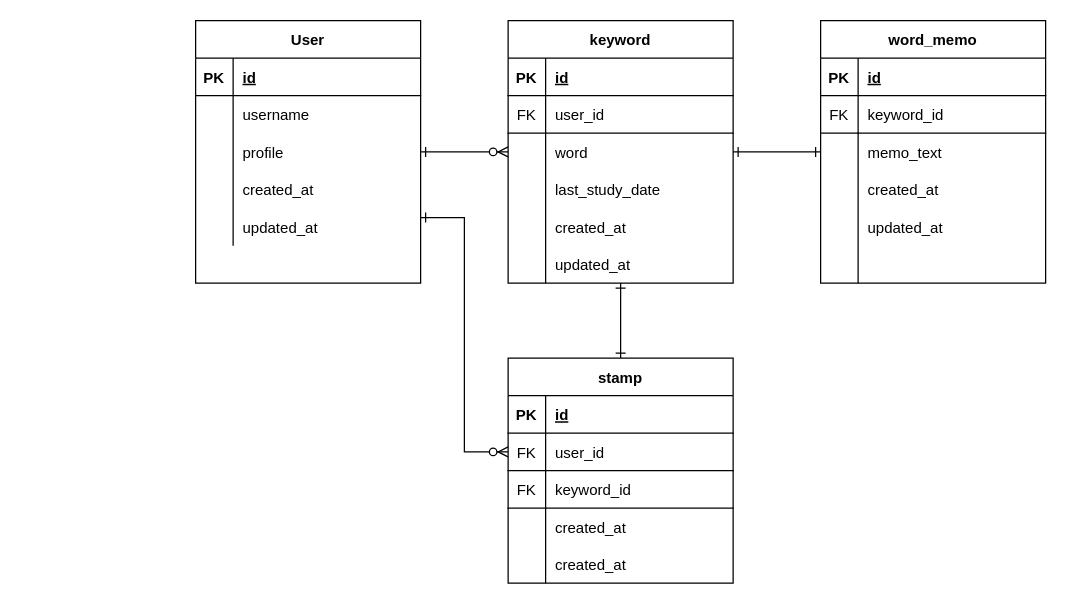
The draw.io diagram page "withAuth" (1 of 2) of Untitled Diagram.drawio in RiSEblackbird/language-memo, before the edit. Source tidied: cells renumbered, new cells numbered last; positions are measured from the earlier drawing's top-left corner, leaving out a move shared by most shapes. Both pictures are drawn from the tidied source at 125%, with x=0, y=0 at pixel (195, 20).
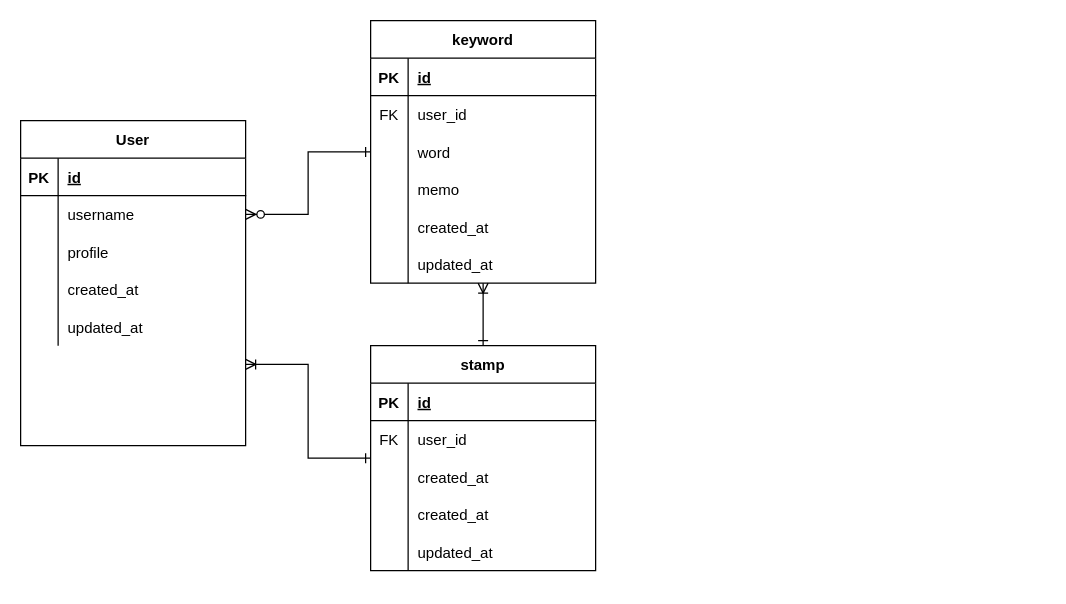
After the change.

Unchanged cells that the change refers to:
```xml
<mxCell id="10" style="shape=partialRectangle;fillColor=none;top=0;left=0;bottom=0;right=0;points=[[0,0.5],[1,0.5]];portConstraint=eastwest;" parent="6" vertex="1">
  <mxGeometry y="60" width="180" height="30" as="geometry" />
</mxCell>
<mxCell id="13" style="shape=partialRectangle;fillColor=none;top=0;left=0;bottom=0;right=0;points=[[0,0.5],[1,0.5]];portConstraint=eastwest;" parent="6" vertex="1">
  <mxGeometry y="90" width="180" height="30" as="geometry" />
</mxCell>
<mxCell id="64" style="shape=partialRectangle;fillColor=none;top=0;left=0;bottom=0;right=0;points=[[0,0.5],[1,0.5]];portConstraint=eastwest;" parent="60" vertex="1">
  <mxGeometry y="60" width="180" height="30" as="geometry" />
</mxCell>
<mxCell id="73" style="shape=partialRectangle;fillColor=none;top=0;left=0;bottom=0;right=0;" parent="60" vertex="1">
  <mxGeometry y="150" width="180" height="30" as="geometry" />
</mxCell>
```

Diff of the diagram source:
```diff
@@
-    <mxCell id="2" style="edgeStyle=orthogonalEdgeStyle;rounded=0;jettySize=auto;html=1;startArrow=ERone;startFill=0;endArrow=ERzeroToMany;endFill=1;entryX=0;entryY=0.5;entryDx=0;entryDy=0;exitX=1;exitY=0.5;exitDx=0;exitDy=0;" parent="1" edge="1" source="13" target="29">
-      <mxGeometry relative="1" as="geometry" />
-    </mxCell>
-    <mxCell id="3" style="edgeStyle=orthogonalEdgeStyle;rounded=0;jettySize=auto;html=1;startArrow=ERone;startFill=0;endArrow=ERone;endFill=0;exitX=1;exitY=0.5;exitDx=0;exitDy=0;entryX=0;entryY=0.5;entryDx=0;entryDy=0;" parent="1" edge="1" source="29" target="48">
-      <mxGeometry relative="1" as="geometry" />
-    </mxCell>
-    <mxCell id="4" style="edgeStyle=orthogonalEdgeStyle;rounded=0;jettySize=auto;html=1;startArrow=ERone;startFill=0;endArrow=ERone;endFill=0;" parent="1" edge="1" source="22" target="60">
+    <mxCell id="4" style="edgeStyle=orthogonalEdgeStyle;rounded=0;jettySize=auto;html=1;entryX=0.5;entryY=0;entryDx=0;entryDy=0;startArrow=ERoneToMany;startFill=0;endArrow=ERone;endFill=0;" parent="1" edge="1" source="22" target="60">
       <mxGeometry relative="1" as="geometry" />
     </mxCell>
-    <mxCell id="5" style="edgeStyle=orthogonalEdgeStyle;rounded=0;jettySize=auto;html=1;startArrow=ERone;startFill=0;endArrow=ERzeroToMany;endFill=1;entryX=0;entryY=0.5;entryDx=0;entryDy=0;exitX=1;exitY=0.75;exitDx=0;exitDy=0;" parent="1" edge="1" source="6" target="64">
-      <mxGeometry relative="1" as="geometry" />
-    </mxCell>
+    <mxCell id="76" style="edgeStyle=orthogonalEdgeStyle;rounded=0;jettySize=auto;html=1;entryX=1;entryY=0.5;entryDx=0;entryDy=0;startArrow=ERone;startFill=0;endArrow=ERzeroToMany;endFill=1;" parent="1" edge="1" source="22" target="10">
+      <mxGeometry relative="1" as="geometry" />
+    </mxCell>
+    <mxCell id="22" value="keyword" style="shape=table;startSize=30;childLayout=tableLayout;rowLines=0;fontStyle=1;align=center;" parent="1" vertex="1">
+      <mxGeometry x="140" width="180" height="210" as="geometry" />
+    </mxCell>
+    <mxCell id="23" style="shape=partialRectangle;fillColor=none;top=0;left=0;bottom=1;right=0;" parent="22" vertex="1">
+      <mxGeometry y="30" width="180" height="30" as="geometry" />
+    </mxCell>
+    <mxCell id="24" value="PK" style="shape=partialRectangle;fillColor=none;top=0;left=0;bottom=0;right=0;fontStyle=1;overflow=hidden;" parent="23" vertex="1">
+      <mxGeometry width="30" height="30" as="geometry" />
+    </mxCell>
+    <mxCell id="25" value="id" style="shape=partialRectangle;fillColor=none;top=0;left=0;bottom=0;right=0;align=left;spacingLeft=6;fontStyle=5;overflow=hidden;" parent="23" vertex="1">
+      <mxGeometry x="30" width="150" height="30" as="geometry" />
+    </mxCell>
+    <mxCell id="26" style="shape=partialRectangle;fillColor=none;top=0;left=0;bottom=0;right=0;" parent="22" vertex="1">
+      <mxGeometry y="60" width="180" height="30" as="geometry" />
+    </mxCell>
+    <mxCell id="27" value="FK" style="shape=partialRectangle;fillColor=none;top=0;left=0;bottom=0;right=0;overflow=hidden;" parent="26" vertex="1">
+      <mxGeometry width="30" height="30" as="geometry" />
+    </mxCell>
+    <mxCell id="28" value="user_id" style="shape=partialRectangle;fillColor=none;top=0;left=0;bottom=0;right=0;align=left;spacingLeft=6;overflow=hidden;" parent="26" vertex="1">
+      <mxGeometry x="30" width="150" height="30" as="geometry" />
+    </mxCell>
+    <mxCell id="29" style="shape=partialRectangle;fillColor=none;top=0;left=0;bottom=0;right=0;points=[[0,0.5],[1,0.5]];portConstraint=eastwest;" parent="22" vertex="1">
+      <mxGeometry y="90" width="180" height="30" as="geometry" />
+    </mxCell>
+    <mxCell id="30" style="shape=partialRectangle;fillColor=none;top=0;left=0;bottom=0;right=0;overflow=hidden;" parent="29" vertex="1">
+      <mxGeometry width="30" height="30" as="geometry" />
+    </mxCell>
+    <mxCell id="31" value="word" style="shape=partialRectangle;fillColor=none;top=0;left=0;bottom=0;right=0;align=left;spacingLeft=6;overflow=hidden;" parent="29" vertex="1">
+      <mxGeometry x="30" width="150" height="30" as="geometry" />
+    </mxCell>
+    <mxCell id="77" style="shape=partialRectangle;fillColor=none;top=0;left=0;bottom=0;right=0;" parent="22" vertex="1">
+      <mxGeometry y="120" width="180" height="30" as="geometry" />
+    </mxCell>
+    <mxCell id="78" style="shape=partialRectangle;fillColor=none;top=0;left=0;bottom=0;right=0;overflow=hidden;" parent="77" vertex="1">
+      <mxGeometry width="30" height="30" as="geometry" />
+    </mxCell>
+    <mxCell id="79" value="memo" style="shape=partialRectangle;fillColor=none;top=0;left=0;bottom=0;right=0;align=left;spacingLeft=6;overflow=hidden;" parent="77" vertex="1">
+      <mxGeometry x="30" width="150" height="30" as="geometry" />
+    </mxCell>
+    <mxCell id="35" style="shape=partialRectangle;fillColor=none;top=0;left=0;bottom=0;right=0;" parent="22" vertex="1">
+      <mxGeometry y="150" width="180" height="30" as="geometry" />
+    </mxCell>
+    <mxCell id="36" style="shape=partialRectangle;fillColor=none;top=0;left=0;bottom=0;right=0;overflow=hidden;" parent="35" vertex="1">
+      <mxGeometry width="30" height="30" as="geometry" />
+    </mxCell>
+    <mxCell id="37" value="created_at" style="shape=partialRectangle;fillColor=none;top=0;left=0;bottom=0;right=0;align=left;spacingLeft=6;overflow=hidden;" parent="35" vertex="1">
+      <mxGeometry x="30" width="150" height="30" as="geometry" />
+    </mxCell>
+    <mxCell id="38" style="shape=partialRectangle;fillColor=none;top=0;left=0;bottom=0;right=0;" parent="22" vertex="1">
+      <mxGeometry y="180" width="180" height="30" as="geometry" />
+    </mxCell>
+    <mxCell id="39" style="shape=partialRectangle;fillColor=none;top=0;left=0;bottom=0;right=0;overflow=hidden;" parent="38" vertex="1">
+      <mxGeometry width="30" height="30" as="geometry" />
+    </mxCell>
+    <mxCell id="40" value="updated_at" style="shape=partialRectangle;fillColor=none;top=0;left=0;bottom=0;right=0;align=left;spacingLeft=6;overflow=hidden;" parent="38" vertex="1">
+      <mxGeometry x="30" width="150" height="30" as="geometry" />
+    </mxCell>
     <mxCell id="6" value="User" style="shape=table;startSize=30;childLayout=tableLayout;rowLines=0;fontStyle=1;align=center;" parent="1" vertex="1">
-      <mxGeometry width="180" height="210" as="geometry" />
+      <mxGeometry x="-140" y="80" width="180" height="260" as="geometry" />
     </mxCell>
@@
-    <mxCell id="22" value="keyword" style="shape=table;startSize=30;childLayout=tableLayout;rowLines=0;fontStyle=1;align=center;" parent="1" vertex="1">
-      <mxGeometry x="250" width="180" height="210" as="geometry" />
-    </mxCell>
-    <mxCell id="23" style="shape=partialRectangle;fillColor=none;top=0;left=0;bottom=1;right=0;" parent="22" vertex="1">
-      <mxGeometry y="30" width="180" height="30" as="geometry" />
-    </mxCell>
-    <mxCell id="24" value="PK" style="shape=partialRectangle;fillColor=none;top=0;left=0;bottom=0;right=0;fontStyle=1;overflow=hidden;" parent="23" vertex="1">
-      <mxGeometry width="30" height="30" as="geometry" />
-    </mxCell>
-    <mxCell id="25" value="id" style="shape=partialRectangle;fillColor=none;top=0;left=0;bottom=0;right=0;align=left;spacingLeft=6;fontStyle=5;overflow=hidden;" parent="23" vertex="1">
-      <mxGeometry x="30" width="150" height="30" as="geometry" />
-    </mxCell>
-    <mxCell id="26" style="shape=partialRectangle;fillColor=none;top=0;left=0;bottom=0;right=0;" parent="22" vertex="1">
-      <mxGeometry y="60" width="180" height="30" as="geometry" />
-    </mxCell>
-    <mxCell id="27" value="FK" style="shape=partialRectangle;fillColor=none;top=0;left=0;bottom=1;right=0;overflow=hidden;" parent="26" vertex="1">
-      <mxGeometry width="30" height="30" as="geometry" />
-    </mxCell>
-    <mxCell id="28" value="user_id" style="shape=partialRectangle;fillColor=none;top=0;left=0;bottom=1;right=0;align=left;spacingLeft=6;overflow=hidden;" parent="26" vertex="1">
-      <mxGeometry x="30" width="150" height="30" as="geometry" />
-    </mxCell>
-    <mxCell id="29" style="shape=partialRectangle;fillColor=none;top=0;left=0;bottom=0;right=0;points=[[0,0.5],[1,0.5]];portConstraint=eastwest;" parent="22" vertex="1">
-      <mxGeometry y="90" width="180" height="30" as="geometry" />
-    </mxCell>
-    <mxCell id="30" style="shape=partialRectangle;fillColor=none;top=0;left=0;bottom=0;right=0;overflow=hidden;" parent="29" vertex="1">
-      <mxGeometry width="30" height="30" as="geometry" />
-    </mxCell>
-    <mxCell id="31" value="word" style="shape=partialRectangle;fillColor=none;top=0;left=0;bottom=0;right=0;align=left;spacingLeft=6;overflow=hidden;" parent="29" vertex="1">
-      <mxGeometry x="30" width="150" height="30" as="geometry" />
-    </mxCell>
-    <mxCell id="32" style="shape=partialRectangle;fillColor=none;top=0;left=0;bottom=0;right=0;" parent="22" vertex="1">
-      <mxGeometry y="120" width="180" height="30" as="geometry" />
-    </mxCell>
-    <mxCell id="33" style="shape=partialRectangle;fillColor=none;top=0;left=0;bottom=0;right=0;overflow=hidden;" parent="32" vertex="1">
-      <mxGeometry width="30" height="30" as="geometry" />
-    </mxCell>
-    <mxCell id="34" value="last_study_date" style="shape=partialRectangle;fillColor=none;top=0;left=0;bottom=0;right=0;align=left;spacingLeft=6;overflow=hidden;" parent="32" vertex="1">
-      <mxGeometry x="30" width="150" height="30" as="geometry" />
-    </mxCell>
-    <mxCell id="35" style="shape=partialRectangle;fillColor=none;top=0;left=0;bottom=0;right=0;" parent="22" vertex="1">
-      <mxGeometry y="150" width="180" height="30" as="geometry" />
-    </mxCell>
-    <mxCell id="36" style="shape=partialRectangle;fillColor=none;top=0;left=0;bottom=0;right=0;overflow=hidden;" parent="35" vertex="1">
-      <mxGeometry width="30" height="30" as="geometry" />
-    </mxCell>
-    <mxCell id="37" value="created_at" style="shape=partialRectangle;fillColor=none;top=0;left=0;bottom=0;right=0;align=left;spacingLeft=6;overflow=hidden;" parent="35" vertex="1">
-      <mxGeometry x="30" width="150" height="30" as="geometry" />
-    </mxCell>
-    <mxCell id="38" style="shape=partialRectangle;fillColor=none;top=0;left=0;bottom=0;right=0;" parent="22" vertex="1">
-      <mxGeometry y="180" width="180" height="30" as="geometry" />
-    </mxCell>
-    <mxCell id="39" style="shape=partialRectangle;fillColor=none;top=0;left=0;bottom=0;right=0;overflow=hidden;" parent="38" vertex="1">
-      <mxGeometry width="30" height="30" as="geometry" />
-    </mxCell>
-    <mxCell id="40" value="updated_at" style="shape=partialRectangle;fillColor=none;top=0;left=0;bottom=0;right=0;align=left;spacingLeft=6;overflow=hidden;" parent="38" vertex="1">
-      <mxGeometry x="30" width="150" height="30" as="geometry" />
-    </mxCell>
-    <mxCell id="41" value="word_memo" style="shape=table;startSize=30;childLayout=tableLayout;rowLines=0;fontStyle=1;align=center;" parent="1" vertex="1">
-      <mxGeometry x="500" width="180" height="210" as="geometry" />
-    </mxCell>
-    <mxCell id="42" style="shape=partialRectangle;fillColor=none;top=0;left=0;bottom=1;right=0;" parent="41" vertex="1">
-      <mxGeometry y="30" width="180" height="30" as="geometry" />
-    </mxCell>
-    <mxCell id="43" value="PK" style="shape=partialRectangle;fillColor=none;top=0;left=0;bottom=0;right=0;fontStyle=1;overflow=hidden;" parent="42" vertex="1">
-      <mxGeometry width="30" height="30" as="geometry" />
-    </mxCell>
-    <mxCell id="44" value="id" style="shape=partialRectangle;fillColor=none;top=0;left=0;bottom=0;right=0;align=left;spacingLeft=6;fontStyle=5;overflow=hidden;" parent="42" vertex="1">
-      <mxGeometry x="30" width="150" height="30" as="geometry" />
-    </mxCell>
-    <mxCell id="45" style="shape=partialRectangle;fillColor=none;top=0;left=0;bottom=0;right=0;" parent="41" vertex="1">
-      <mxGeometry y="60" width="180" height="30" as="geometry" />
-    </mxCell>
-    <mxCell id="46" value="FK" style="shape=partialRectangle;fillColor=none;top=0;left=0;bottom=1;right=0;overflow=hidden;" parent="45" vertex="1">
-      <mxGeometry width="30" height="30" as="geometry" />
-    </mxCell>
-    <mxCell id="47" value="keyword_id" style="shape=partialRectangle;fillColor=none;top=0;left=0;bottom=1;right=0;align=left;spacingLeft=6;overflow=hidden;" parent="45" vertex="1">
-      <mxGeometry x="30" width="150" height="30" as="geometry" />
-    </mxCell>
-    <mxCell id="48" style="shape=partialRectangle;fillColor=none;top=0;left=0;bottom=0;right=0;points=[[0,0.5],[1,0.5]];portConstraint=eastwest;" parent="41" vertex="1">
-      <mxGeometry y="90" width="180" height="30" as="geometry" />
-    </mxCell>
-    <mxCell id="49" style="shape=partialRectangle;fillColor=none;top=0;left=0;bottom=0;right=0;overflow=hidden;" parent="48" vertex="1">
-      <mxGeometry width="30" height="30" as="geometry" />
-    </mxCell>
-    <mxCell id="50" value="memo_text" style="shape=partialRectangle;fillColor=none;top=0;left=0;bottom=0;right=0;align=left;spacingLeft=6;overflow=hidden;" parent="48" vertex="1">
-      <mxGeometry x="30" width="150" height="30" as="geometry" />
-    </mxCell>
-    <mxCell id="51" style="shape=partialRectangle;fillColor=none;top=0;left=0;bottom=0;right=0;" parent="41" vertex="1">
-      <mxGeometry y="120" width="180" height="30" as="geometry" />
-    </mxCell>
-    <mxCell id="52" style="shape=partialRectangle;fillColor=none;top=0;left=0;bottom=0;right=0;overflow=hidden;" parent="51" vertex="1">
-      <mxGeometry width="30" height="30" as="geometry" />
-    </mxCell>
-    <mxCell id="53" value="created_at" style="shape=partialRectangle;fillColor=none;top=0;left=0;bottom=0;right=0;align=left;spacingLeft=6;overflow=hidden;" parent="51" vertex="1">
-      <mxGeometry x="30" width="150" height="30" as="geometry" />
-    </mxCell>
-    <mxCell id="54" style="shape=partialRectangle;fillColor=none;top=0;left=0;bottom=0;right=0;" parent="41" vertex="1">
-      <mxGeometry y="150" width="180" height="30" as="geometry" />
-    </mxCell>
-    <mxCell id="55" style="shape=partialRectangle;fillColor=none;top=0;left=0;bottom=0;right=0;overflow=hidden;" parent="54" vertex="1">
-      <mxGeometry width="30" height="30" as="geometry" />
-    </mxCell>
-    <mxCell id="56" value="updated_at" style="shape=partialRectangle;fillColor=none;top=0;left=0;bottom=0;right=0;align=left;spacingLeft=6;overflow=hidden;" parent="54" vertex="1">
-      <mxGeometry x="30" width="150" height="30" as="geometry" />
-    </mxCell>
-    <mxCell id="57" style="shape=partialRectangle;fillColor=none;top=0;left=0;bottom=0;right=0;" parent="41" vertex="1">
-      <mxGeometry y="180" width="180" height="30" as="geometry" />
-    </mxCell>
-    <mxCell id="58" style="shape=partialRectangle;fillColor=none;top=0;left=0;bottom=0;right=0;overflow=hidden;" parent="57" vertex="1">
-      <mxGeometry width="30" height="30" as="geometry" />
-    </mxCell>
-    <mxCell id="59" style="shape=partialRectangle;fillColor=none;top=0;left=0;bottom=0;right=0;align=left;spacingLeft=6;overflow=hidden;" parent="57" vertex="1">
-      <mxGeometry x="30" width="150" height="30" as="geometry" />
-    </mxCell>
+    <mxCell id="80" style="edgeStyle=orthogonalEdgeStyle;rounded=0;jettySize=auto;html=1;entryX=1;entryY=0.75;entryDx=0;entryDy=0;startArrow=ERone;startFill=0;endArrow=ERoneToMany;endFill=0;" parent="1" edge="1" source="60" target="6">
+      <mxGeometry relative="1" as="geometry" />
+    </mxCell>
     <mxCell id="60" value="stamp" style="shape=table;startSize=30;childLayout=tableLayout;rowLines=0;fontStyle=1;align=center;" parent="1" vertex="1">
-      <mxGeometry x="250" y="270" width="180" height="180" as="geometry" />
+      <mxGeometry x="140" y="260" width="180" height="180" as="geometry" />
     </mxCell>
@@
-    <mxCell id="65" value="FK" style="shape=partialRectangle;fillColor=none;top=0;left=0;bottom=1;right=0;overflow=hidden;" parent="64" vertex="1">
+    <mxCell id="65" value="FK" style="shape=partialRectangle;fillColor=none;top=0;left=0;bottom=0;right=0;overflow=hidden;" parent="64" vertex="1">
       <mxGeometry width="30" height="30" as="geometry" />
     </mxCell>
-    <mxCell id="66" value="user_id" style="shape=partialRectangle;fillColor=none;top=0;left=0;bottom=1;right=0;align=left;spacingLeft=6;overflow=hidden;" parent="64" vertex="1">
+    <mxCell id="66" value="user_id" style="shape=partialRectangle;fillColor=none;top=0;left=0;bottom=0;right=0;align=left;spacingLeft=6;overflow=hidden;" parent="64" vertex="1">
       <mxGeometry x="30" width="150" height="30" as="geometry" />
     </mxCell>
-    <mxCell id="67" style="shape=partialRectangle;fillColor=none;top=0;left=0;bottom=0;right=0;" parent="60" vertex="1">
-      <mxGeometry y="90" width="180" height="30" as="geometry" />
-    </mxCell>
-    <mxCell id="68" value="FK" style="shape=partialRectangle;fillColor=none;top=0;left=0;bottom=1;right=0;overflow=hidden;" parent="67" vertex="1">
-      <mxGeometry width="30" height="30" as="geometry" />
-    </mxCell>
-    <mxCell id="69" value="keyword_id" style="shape=partialRectangle;fillColor=none;top=0;left=0;bottom=1;right=0;align=left;spacingLeft=6;overflow=hidden;" parent="67" vertex="1">
-      <mxGeometry x="30" width="150" height="30" as="geometry" />
-    </mxCell>
     <mxCell id="70" style="shape=partialRectangle;fillColor=none;top=0;left=0;bottom=0;right=0;" parent="60" vertex="1">
-      <mxGeometry y="120" width="180" height="30" as="geometry" />
+      <mxGeometry y="90" width="180" height="30" as="geometry" />
     </mxCell>
@@
+    <mxCell id="81" style="shape=partialRectangle;fillColor=none;top=0;left=0;bottom=0;right=0;" parent="60" vertex="1">
+      <mxGeometry y="120" width="180" height="30" as="geometry" />
+    </mxCell>
+    <mxCell id="82" style="shape=partialRectangle;fillColor=none;top=0;left=0;bottom=0;right=0;overflow=hidden;" parent="81" vertex="1">
+      <mxGeometry width="30" height="30" as="geometry" />
+    </mxCell>
+    <mxCell id="53" value="created_at" style="shape=partialRectangle;fillColor=none;top=0;left=0;bottom=0;right=0;align=left;spacingLeft=6;overflow=hidden;" parent="81" vertex="1">
+      <mxGeometry x="30" width="150" height="30" as="geometry" />
+    </mxCell>
@@
-    <mxCell id="75" value="created_at" style="shape=partialRectangle;fillColor=none;top=0;left=0;bottom=0;right=0;align=left;spacingLeft=6;overflow=hidden;" parent="73" vertex="1">
+    <mxCell id="75" value="updated_at" style="shape=partialRectangle;fillColor=none;top=0;left=0;bottom=0;right=0;align=left;spacingLeft=6;overflow=hidden;" parent="73" vertex="1">
       <mxGeometry x="30" width="150" height="30" as="geometry" />
     </mxCell>
```
